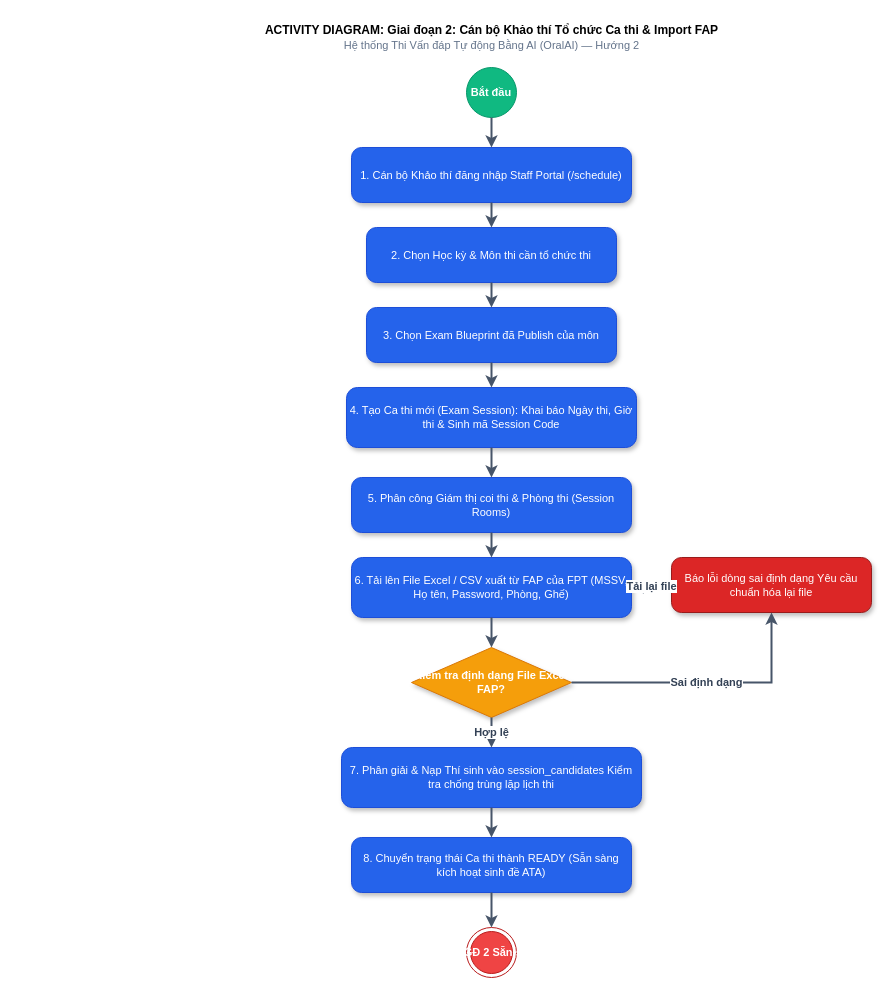
Above: docs/diagrams/flow-02-examiner-session-fap-import.drawio in FPTU-Oral-Exam/Oral-Assessment-Project (draw.io), before the change. Source tidied: cells renumbered, new cells numbered last; positions are measured from the earlier drawing's top-left corner, leaving out a move shared by most shapes. Both pictures are drawn from the tidied source at 100%, with x=0, y=0 at pixel (191, 17).
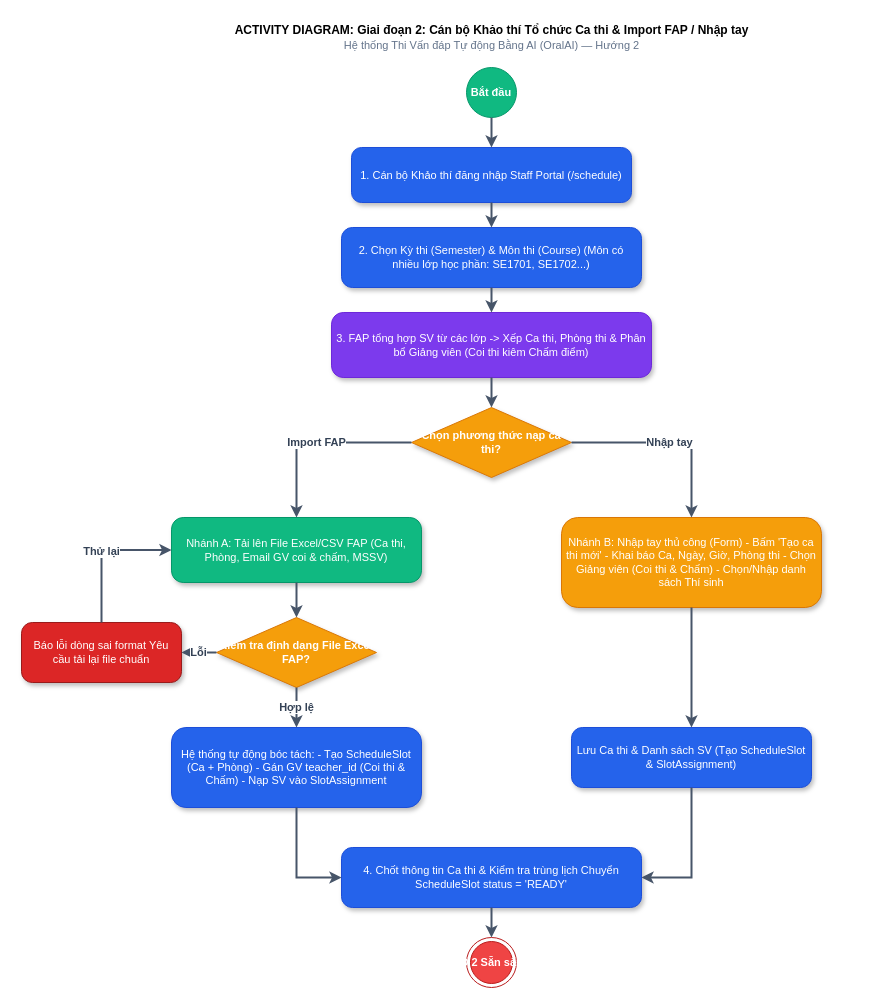
Above is the later version.

Commit message (it also covers changes not shown here):
feat(examiner): implement FAP Excel schedule ingestion, manual slot creation, and proctor-grader teacher assignment

Unchanged cells that the change refers to:
```xml
<mxCell id="3" value="Bắt đầu" style="ellipse;whiteSpace=wrap;html=1;fillColor=#10b981;strokeColor=#059669;fontColor=#ffffff;fontStyle=1;fontSize=11;align=center;" parent="1" vertex="1">
  <mxGeometry x="275" y="50" width="50" height="50" as="geometry" />
</mxCell>
<mxCell id="4" value="1. Cán bộ Khảo thí đăng nhập Staff Portal (/schedule)" style="rounded=1;whiteSpace=wrap;html=1;arcSize=18;fillColor=#2563eb;strokeColor=#1d4ed8;fontColor=#ffffff;fontSize=11;fontStyle=0;align=center;spacing=4;shadow=1;" parent="1" vertex="1">
  <mxGeometry x="160" y="130" width="280" height="55" as="geometry" />
</mxCell>
```

What changed in the source:
```diff
@@
-    <mxCell id="2" value="&lt;b&gt;ACTIVITY DIAGRAM: Giai đoạn 2: Cán bộ Khảo thí Tổ chức Ca thi &amp; Import FAP&lt;/b&gt;&lt;br/&gt;&lt;span style='font-size:11px;color:#64748b;'&gt;Hệ thống Thi Vấn đáp Tự động Bằng AI (OralAI) — Hướng 2&lt;/span&gt;" style="text;html=1;align=center;verticalAlign=middle;strokeColor=none;fillColor=none;" parent="1" vertex="1">
+    <mxCell id="2" value="&lt;b&gt;ACTIVITY DIAGRAM: Giai đoạn 2: Cán bộ Khảo thí Tổ chức Ca thi &amp; Import FAP / Nhập tay&lt;/b&gt;&lt;br/&gt;&lt;span style='font-size:11px;color:#64748b;'&gt;Hệ thống Thi Vấn đáp Tự động Bằng AI (OralAI) — Hướng 2&lt;/span&gt;" style="text;html=1;align=center;verticalAlign=middle;strokeColor=none;fillColor=none;" parent="1" vertex="1">
       <mxGeometry width="600" height="40" as="geometry" />
     </mxCell>
@@
-    <mxCell id="5" value="2. Chọn Học kỳ &amp; Môn thi cần tổ chức thi" style="rounded=1;whiteSpace=wrap;html=1;arcSize=18;fillColor=#2563eb;strokeColor=#1d4ed8;fontColor=#ffffff;fontSize=11;fontStyle=0;align=center;spacing=4;shadow=1;" parent="1" vertex="1">
-      <mxGeometry x="175" y="210" width="250" height="55" as="geometry" />
+    <mxCell id="5" value="2. Chọn Kỳ thi (Semester) &amp; Môn thi (Course) (Môn có nhiều lớp học phần: SE1701, SE1702...)" style="rounded=1;whiteSpace=wrap;html=1;arcSize=18;fillColor=#2563eb;strokeColor=#1d4ed8;fontColor=#ffffff;fontSize=11;fontStyle=0;align=center;spacing=4;shadow=1;" parent="1" vertex="1">
+      <mxGeometry x="150" y="210" width="300" height="60" as="geometry" />
     </mxCell>
-    <mxCell id="6" value="3. Chọn Exam Blueprint đã Publish của môn" style="rounded=1;whiteSpace=wrap;html=1;arcSize=18;fillColor=#2563eb;strokeColor=#1d4ed8;fontColor=#ffffff;fontSize=11;fontStyle=0;align=center;spacing=4;shadow=1;" parent="1" vertex="1">
-      <mxGeometry x="175" y="290" width="250" height="55" as="geometry" />
+    <mxCell id="6" value="3. FAP tổng hợp SV từ các lớp -&gt; Xếp Ca thi, Phòng thi &amp; Phân bổ Giảng viên (Coi thi kiêm Chấm điểm)" style="rounded=1;whiteSpace=wrap;html=1;arcSize=18;fillColor=#7c3aed;strokeColor=#6d28d9;fontColor=#ffffff;fontSize=11;fontStyle=0;align=center;spacing=4;shadow=1;" parent="1" vertex="1">
+      <mxGeometry x="140" y="295" width="320" height="65" as="geometry" />
     </mxCell>
-    <mxCell id="7" value="4. Tạo Ca thi mới (Exam Session): Khai báo Ngày thi, Giờ thi &amp; Sinh mã Session Code" style="rounded=1;whiteSpace=wrap;html=1;arcSize=18;fillColor=#2563eb;strokeColor=#1d4ed8;fontColor=#ffffff;fontSize=11;fontStyle=0;align=center;spacing=4;shadow=1;" parent="1" vertex="1">
-      <mxGeometry x="155" y="370" width="290" height="60" as="geometry" />
+    <mxCell id="7" value="Chọn phương thức nạp ca thi?" style="rhombus;whiteSpace=wrap;html=1;fillColor=#f59e0b;strokeColor=#d97706;fontColor=#ffffff;fontStyle=1;fontSize=11;align=center;spacing=2;shadow=1;" parent="1" vertex="1">
+      <mxGeometry x="220" y="390" width="160" height="70" as="geometry" />
     </mxCell>
-    <mxCell id="8" value="5. Phân công Giám thị coi thi &amp; Phòng thi (Session Rooms)" style="rounded=1;whiteSpace=wrap;html=1;arcSize=18;fillColor=#2563eb;strokeColor=#1d4ed8;fontColor=#ffffff;fontSize=11;fontStyle=0;align=center;spacing=4;shadow=1;" parent="1" vertex="1">
-      <mxGeometry x="160" y="460" width="280" height="55" as="geometry" />
+    <mxCell id="8" value="Nhánh A: Tải lên File Excel/CSV FAP (Ca thi, Phòng, Email GV coi &amp; chấm, MSSV)" style="rounded=1;whiteSpace=wrap;html=1;arcSize=18;fillColor=#10b981;strokeColor=#059669;fontColor=#ffffff;fontSize=11;fontStyle=0;align=center;spacing=4;shadow=1;" parent="1" vertex="1">
+      <mxGeometry x="-20" y="500" width="250" height="65" as="geometry" />
     </mxCell>
-    <mxCell id="9" value="6. Tải lên File Excel / CSV xuất từ FAP của FPT (MSSV, Họ tên, Password, Phòng, Ghế)" style="rounded=1;whiteSpace=wrap;html=1;arcSize=18;fillColor=#2563eb;strokeColor=#1d4ed8;fontColor=#ffffff;fontSize=11;fontStyle=0;align=center;spacing=4;shadow=1;" parent="1" vertex="1">
-      <mxGeometry x="160" y="540" width="280" height="60" as="geometry" />
+    <mxCell id="9" value="Kiểm tra định dạng File Excel FAP?" style="rhombus;whiteSpace=wrap;html=1;fillColor=#f59e0b;strokeColor=#d97706;fontColor=#ffffff;fontStyle=1;fontSize=11;align=center;spacing=2;shadow=1;" parent="1" vertex="1">
+      <mxGeometry x="25" y="600" width="160" height="70" as="geometry" />
     </mxCell>
-    <mxCell id="10" value="Kiểm tra định dạng File Excel FAP?" style="rhombus;whiteSpace=wrap;html=1;fillColor=#f59e0b;strokeColor=#d97706;fontColor=#ffffff;fontStyle=1;fontSize=11;align=center;spacing=2;shadow=1;" parent="1" vertex="1">
-      <mxGeometry x="220" y="630" width="160" height="70" as="geometry" />
+    <mxCell id="10" value="Báo lỗi dòng sai format Yêu cầu tải lại file chuẩn" style="rounded=1;whiteSpace=wrap;html=1;arcSize=18;fillColor=#dc2626;strokeColor=#991b1b;fontColor=#ffffff;fontSize=11;fontStyle=0;align=center;spacing=4;shadow=1;" parent="1" vertex="1">
+      <mxGeometry x="-170" y="605" width="160" height="60" as="geometry" />
     </mxCell>
-    <mxCell id="11" value="Báo lỗi dòng sai định dạng Yêu cầu chuẩn hóa lại file" style="rounded=1;whiteSpace=wrap;html=1;arcSize=18;fillColor=#dc2626;strokeColor=#991b1b;fontColor=#ffffff;fontSize=11;fontStyle=0;align=center;spacing=4;shadow=1;" parent="1" vertex="1">
-      <mxGeometry x="480" y="540" width="200" height="55" as="geometry" />
+    <mxCell id="11" value="Hệ thống tự động bóc tách: - Tạo ScheduleSlot (Ca + Phòng) - Gán GV teacher_id (Coi thi &amp; Chấm) - Nạp SV vào SlotAssignment" style="rounded=1;whiteSpace=wrap;html=1;arcSize=18;fillColor=#2563eb;strokeColor=#1d4ed8;fontColor=#ffffff;fontSize=11;fontStyle=0;align=center;spacing=4;shadow=1;" parent="1" vertex="1">
+      <mxGeometry x="-20" y="710" width="250" height="80" as="geometry" />
     </mxCell>
-    <mxCell id="12" value="7. Phân giải &amp; Nạp Thí sinh vào session_candidates Kiểm tra chống trùng lặp lịch thi" style="rounded=1;whiteSpace=wrap;html=1;arcSize=18;fillColor=#2563eb;strokeColor=#1d4ed8;fontColor=#ffffff;fontSize=11;fontStyle=0;align=center;spacing=4;shadow=1;" parent="1" vertex="1">
-      <mxGeometry x="150" y="730" width="300" height="60" as="geometry" />
+    <mxCell id="12" value="Nhánh B: Nhập tay thủ công (Form) - Bấm 'Tạo ca thi mới' - Khai báo Ca, Ngày, Giờ, Phòng thi - Chọn Giảng viên (Coi thi &amp; Chấm) - Chọn/Nhập danh sách Thí sinh" style="rounded=1;whiteSpace=wrap;html=1;arcSize=18;fillColor=#f59e0b;strokeColor=#d97706;fontColor=#ffffff;fontSize=11;fontStyle=0;align=center;spacing=4;shadow=1;" parent="1" vertex="1">
+      <mxGeometry x="370" y="500" width="260" height="90" as="geometry" />
     </mxCell>
-    <mxCell id="13" value="8. Chuyển trạng thái Ca thi thành READY (Sẵn sàng kích hoạt sinh đề ATA)" style="rounded=1;whiteSpace=wrap;html=1;arcSize=18;fillColor=#2563eb;strokeColor=#1d4ed8;fontColor=#ffffff;fontSize=11;fontStyle=0;align=center;spacing=4;shadow=1;" parent="1" vertex="1">
-      <mxGeometry x="160" y="820" width="280" height="55" as="geometry" />
+    <mxCell id="13" value="Lưu Ca thi &amp; Danh sách SV (Tạo ScheduleSlot &amp; SlotAssignment)" style="rounded=1;whiteSpace=wrap;html=1;arcSize=18;fillColor=#2563eb;strokeColor=#1d4ed8;fontColor=#ffffff;fontSize=11;fontStyle=0;align=center;spacing=4;shadow=1;" parent="1" vertex="1">
+      <mxGeometry x="380" y="710" width="240" height="60" as="geometry" />
     </mxCell>
-    <mxCell id="14" value="Hoàn thành GĐ 2 Sẵn sàng sinh đề" style="ellipse;html=1;shape=endState;fillColor=#ef4444;strokeColor=#b91c1c;fontColor=#ffffff;fontStyle=1;fontSize=11;align=center;" parent="1" vertex="1">
-      <mxGeometry x="275" y="910" width="50" height="50" as="geometry" />
+    <mxCell id="14" value="4. Chốt thông tin Ca thi &amp; Kiểm tra trùng lịch Chuyển ScheduleSlot status = 'READY'" style="rounded=1;whiteSpace=wrap;html=1;arcSize=18;fillColor=#2563eb;strokeColor=#1d4ed8;fontColor=#ffffff;fontSize=11;fontStyle=0;align=center;spacing=4;shadow=1;" parent="1" vertex="1">
+      <mxGeometry x="150" y="830" width="300" height="60" as="geometry" />
     </mxCell>
-    <mxCell id="15" style="edgeStyle=orthogonalEdgeStyle;rounded=0;jettySize=auto;html=1;strokeColor=#475569;strokeWidth=2;fontSize=11;fontColor=#334155;fontStyle=1;exitX=0.5;exitY=1;exitDx=0;exitDy=0;entryX=0.5;entryY=0;entryDx=0;entryDy=0;" parent="1" edge="1" source="3" target="4">
-      <mxGeometry relative="1" as="geometry" />
+    <mxCell id="15" value="Hoàn thành GĐ 2 Sẵn sàng sinh đề ATA" style="ellipse;html=1;shape=endState;fillColor=#ef4444;strokeColor=#b91c1c;fontColor=#ffffff;fontStyle=1;fontSize=11;align=center;" parent="1" vertex="1">
+      <mxGeometry x="275" y="920" width="50" height="50" as="geometry" />
     </mxCell>
-    <mxCell id="16" style="edgeStyle=orthogonalEdgeStyle;rounded=0;jettySize=auto;html=1;strokeColor=#475569;strokeWidth=2;fontSize=11;fontColor=#334155;fontStyle=1;exitX=0.5;exitY=1;exitDx=0;exitDy=0;entryX=0.5;entryY=0;entryDx=0;entryDy=0;" parent="1" edge="1" source="4" target="5">
+    <mxCell id="16" style="edgeStyle=orthogonalEdgeStyle;rounded=0;jettySize=auto;html=1;strokeColor=#475569;strokeWidth=2;fontSize=11;fontColor=#334155;fontStyle=1;exitX=0.5;exitY=1;exitDx=0;exitDy=0;entryX=0.5;entryY=0;entryDx=0;entryDy=0;" parent="1" edge="1" source="3" target="4">
       <mxGeometry relative="1" as="geometry" />
     </mxCell>
-    <mxCell id="17" style="edgeStyle=orthogonalEdgeStyle;rounded=0;jettySize=auto;html=1;strokeColor=#475569;strokeWidth=2;fontSize=11;fontColor=#334155;fontStyle=1;exitX=0.5;exitY=1;exitDx=0;exitDy=0;entryX=0.5;entryY=0;entryDx=0;entryDy=0;" parent="1" edge="1" source="5" target="6">
+    <mxCell id="17" style="edgeStyle=orthogonalEdgeStyle;rounded=0;jettySize=auto;html=1;strokeColor=#475569;strokeWidth=2;fontSize=11;fontColor=#334155;fontStyle=1;exitX=0.5;exitY=1;exitDx=0;exitDy=0;entryX=0.5;entryY=0;entryDx=0;entryDy=0;" parent="1" edge="1" source="4" target="5">
       <mxGeometry relative="1" as="geometry" />
     </mxCell>
-    <mxCell id="18" style="edgeStyle=orthogonalEdgeStyle;rounded=0;jettySize=auto;html=1;strokeColor=#475569;strokeWidth=2;fontSize=11;fontColor=#334155;fontStyle=1;exitX=0.5;exitY=1;exitDx=0;exitDy=0;entryX=0.5;entryY=0;entryDx=0;entryDy=0;" parent="1" edge="1" source="6" target="7">
+    <mxCell id="18" style="edgeStyle=orthogonalEdgeStyle;rounded=0;jettySize=auto;html=1;strokeColor=#475569;strokeWidth=2;fontSize=11;fontColor=#334155;fontStyle=1;exitX=0.5;exitY=1;exitDx=0;exitDy=0;entryX=0.5;entryY=0;entryDx=0;entryDy=0;" parent="1" edge="1" source="5" target="6">
       <mxGeometry relative="1" as="geometry" />
     </mxCell>
-    <mxCell id="19" style="edgeStyle=orthogonalEdgeStyle;rounded=0;jettySize=auto;html=1;strokeColor=#475569;strokeWidth=2;fontSize=11;fontColor=#334155;fontStyle=1;exitX=0.5;exitY=1;exitDx=0;exitDy=0;entryX=0.5;entryY=0;entryDx=0;entryDy=0;" parent="1" edge="1" source="7" target="8">
+    <mxCell id="19" style="edgeStyle=orthogonalEdgeStyle;rounded=0;jettySize=auto;html=1;strokeColor=#475569;strokeWidth=2;fontSize=11;fontColor=#334155;fontStyle=1;exitX=0.5;exitY=1;exitDx=0;exitDy=0;entryX=0.5;entryY=0;entryDx=0;entryDy=0;" parent="1" edge="1" source="6" target="7">
       <mxGeometry relative="1" as="geometry" />
     </mxCell>
-    <mxCell id="20" style="edgeStyle=orthogonalEdgeStyle;rounded=0;jettySize=auto;html=1;strokeColor=#475569;strokeWidth=2;fontSize=11;fontColor=#334155;fontStyle=1;exitX=0.5;exitY=1;exitDx=0;exitDy=0;entryX=0.5;entryY=0;entryDx=0;entryDy=0;" parent="1" edge="1" source="8" target="9">
+    <mxCell id="20" value="Import FAP" style="edgeStyle=orthogonalEdgeStyle;rounded=0;jettySize=auto;html=1;strokeColor=#475569;strokeWidth=2;fontSize=11;fontColor=#334155;fontStyle=1;exitX=0;exitY=0.5;exitDx=0;exitDy=0;entryX=0.5;entryY=0;entryDx=0;entryDy=0;" parent="1" edge="1" source="7" target="8">
       <mxGeometry relative="1" as="geometry" />
     </mxCell>
-    <mxCell id="21" style="edgeStyle=orthogonalEdgeStyle;rounded=0;jettySize=auto;html=1;strokeColor=#475569;strokeWidth=2;fontSize=11;fontColor=#334155;fontStyle=1;exitX=0.5;exitY=1;exitDx=0;exitDy=0;entryX=0.5;entryY=0;entryDx=0;entryDy=0;" parent="1" edge="1" source="9" target="10">
+    <mxCell id="21" value="Nhập tay" style="edgeStyle=orthogonalEdgeStyle;rounded=0;jettySize=auto;html=1;strokeColor=#475569;strokeWidth=2;fontSize=11;fontColor=#334155;fontStyle=1;exitX=1;exitY=0.5;exitDx=0;exitDy=0;entryX=0.5;entryY=0;entryDx=0;entryDy=0;" parent="1" edge="1" source="7" target="12">
       <mxGeometry relative="1" as="geometry" />
     </mxCell>
-    <mxCell id="22" value="Sai định dạng" style="edgeStyle=orthogonalEdgeStyle;rounded=0;jettySize=auto;html=1;strokeColor=#475569;strokeWidth=2;fontSize=11;fontColor=#334155;fontStyle=1;exitX=1;exitY=0.5;exitDx=0;exitDy=0;entryX=0.5;entryY=1;entryDx=0;entryDy=0;" parent="1" edge="1" source="10" target="11">
+    <mxCell id="22" style="edgeStyle=orthogonalEdgeStyle;rounded=0;jettySize=auto;html=1;strokeColor=#475569;strokeWidth=2;fontSize=11;fontColor=#334155;fontStyle=1;exitX=0.5;exitY=1;exitDx=0;exitDy=0;entryX=0.5;entryY=0;entryDx=0;entryDy=0;" parent="1" edge="1" source="8" target="9">
       <mxGeometry relative="1" as="geometry" />
     </mxCell>
-    <mxCell id="23" value="Tải lại file" style="edgeStyle=orthogonalEdgeStyle;rounded=0;jettySize=auto;html=1;strokeColor=#475569;strokeWidth=2;fontSize=11;fontColor=#334155;fontStyle=1;exitX=0;exitY=0.5;exitDx=0;exitDy=0;entryX=1;entryY=0.5;entryDx=0;entryDy=0;" parent="1" edge="1" source="11" target="9">
+    <mxCell id="23" value="Lỗi" style="edgeStyle=orthogonalEdgeStyle;rounded=0;jettySize=auto;html=1;strokeColor=#475569;strokeWidth=2;fontSize=11;fontColor=#334155;fontStyle=1;exitX=0;exitY=0.5;exitDx=0;exitDy=0;entryX=1;entryY=0.5;entryDx=0;entryDy=0;" parent="1" edge="1" source="9" target="10">
       <mxGeometry relative="1" as="geometry" />
     </mxCell>
-    <mxCell id="24" value="Hợp lệ" style="edgeStyle=orthogonalEdgeStyle;rounded=0;jettySize=auto;html=1;strokeColor=#475569;strokeWidth=2;fontSize=11;fontColor=#334155;fontStyle=1;exitX=0.5;exitY=1;exitDx=0;exitDy=0;entryX=0.5;entryY=0;entryDx=0;entryDy=0;" parent="1" edge="1" source="10" target="12">
+    <mxCell id="24" value="Thử lại" style="edgeStyle=orthogonalEdgeStyle;rounded=0;jettySize=auto;html=1;strokeColor=#475569;strokeWidth=2;fontSize=11;fontColor=#334155;fontStyle=1;exitX=0.5;exitY=0;exitDx=0;exitDy=0;entryX=0;entryY=0.5;entryDx=0;entryDy=0;" parent="1" edge="1" source="10" target="8">
       <mxGeometry relative="1" as="geometry" />
     </mxCell>
-    <mxCell id="25" style="edgeStyle=orthogonalEdgeStyle;rounded=0;jettySize=auto;html=1;strokeColor=#475569;strokeWidth=2;fontSize=11;fontColor=#334155;fontStyle=1;exitX=0.5;exitY=1;exitDx=0;exitDy=0;entryX=0.5;entryY=0;entryDx=0;entryDy=0;" parent="1" edge="1" source="12" target="13">
+    <mxCell id="25" value="Hợp lệ" style="edgeStyle=orthogonalEdgeStyle;rounded=0;jettySize=auto;html=1;strokeColor=#475569;strokeWidth=2;fontSize=11;fontColor=#334155;fontStyle=1;exitX=0.5;exitY=1;exitDx=0;exitDy=0;entryX=0.5;entryY=0;entryDx=0;entryDy=0;" parent="1" edge="1" source="9" target="11">
       <mxGeometry relative="1" as="geometry" />
     </mxCell>
-    <mxCell id="26" style="edgeStyle=orthogonalEdgeStyle;rounded=0;jettySize=auto;html=1;strokeColor=#475569;strokeWidth=2;fontSize=11;fontColor=#334155;fontStyle=1;exitX=0.5;exitY=1;exitDx=0;exitDy=0;entryX=0.5;entryY=0;entryDx=0;entryDy=0;" parent="1" edge="1" source="13" target="14">
+    <mxCell id="26" style="edgeStyle=orthogonalEdgeStyle;rounded=0;jettySize=auto;html=1;strokeColor=#475569;strokeWidth=2;fontSize=11;fontColor=#334155;fontStyle=1;exitX=0.5;exitY=1;exitDx=0;exitDy=0;entryX=0.5;entryY=0;entryDx=0;entryDy=0;" parent="1" edge="1" source="12" target="13">
       <mxGeometry relative="1" as="geometry" />
     </mxCell>
+    <mxCell id="27" style="edgeStyle=orthogonalEdgeStyle;rounded=0;jettySize=auto;html=1;strokeColor=#475569;strokeWidth=2;fontSize=11;fontColor=#334155;fontStyle=1;exitX=0.5;exitY=1;exitDx=0;exitDy=0;entryX=0;entryY=0.5;entryDx=0;entryDy=0;" parent="1" edge="1" source="11" target="14">
+      <mxGeometry relative="1" as="geometry" />
+    </mxCell>
+    <mxCell id="28" style="edgeStyle=orthogonalEdgeStyle;rounded=0;jettySize=auto;html=1;strokeColor=#475569;strokeWidth=2;fontSize=11;fontColor=#334155;fontStyle=1;exitX=0.5;exitY=1;exitDx=0;exitDy=0;entryX=1;entryY=0.5;entryDx=0;entryDy=0;" parent="1" edge="1" source="13" target="14">
+      <mxGeometry relative="1" as="geometry" />
+    </mxCell>
+    <mxCell id="29" style="edgeStyle=orthogonalEdgeStyle;rounded=0;jettySize=auto;html=1;strokeColor=#475569;strokeWidth=2;fontSize=11;fontColor=#334155;fontStyle=1;exitX=0.5;exitY=1;exitDx=0;exitDy=0;entryX=0.5;entryY=0;entryDx=0;entryDy=0;" parent="1" edge="1" source="14" target="15">
+      <mxGeometry relative="1" as="geometry" />
+    </mxCell>
```
